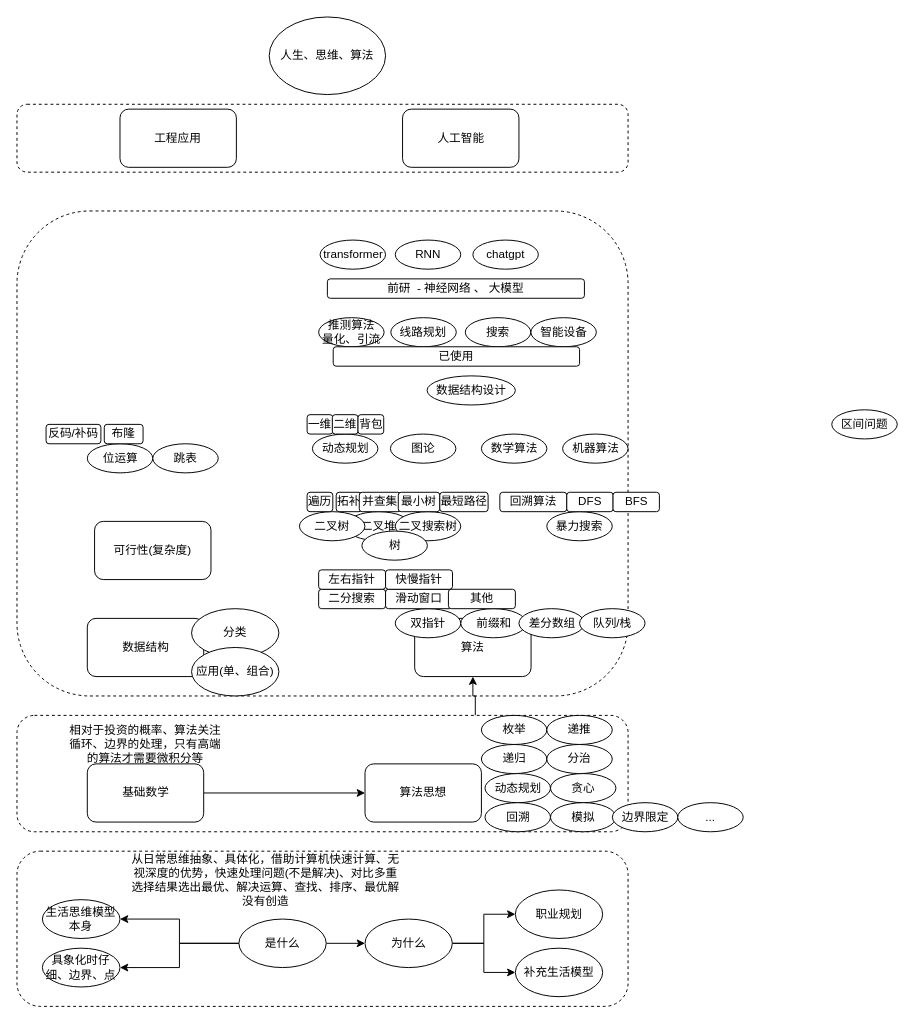
This is menus/suanfamoxing.drawio from Asamiyaa/microservice-k8s-yun, a draw.io file, before an edit. Source tidied: cells renumbered, new cells numbered last; positions are measured from the earlier drawing's top-left corner, leaving out a move shared by most shapes. Both pictures are drawn from the tidied source at 97%, with x=0, y=0 at pixel (16, 16).
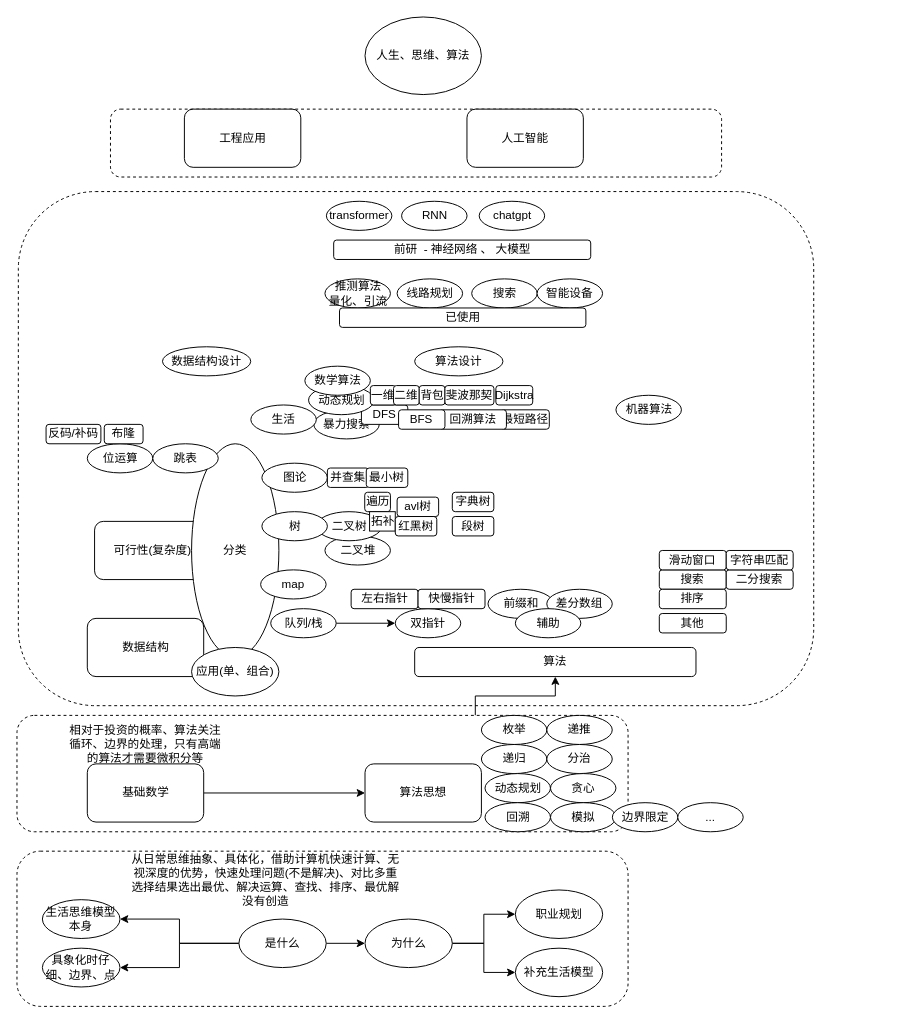
Above is the later version.

Unchanged cells that the change refers to:
```xml
<mxCell id="41" value="双指针" style="ellipse;whiteSpace=wrap;html=1;" parent="1" vertex="1">
  <mxGeometry x="390" y="610" width="67.5" height="30" as="geometry" />
</mxCell>
```

The edit, as a diff of the source:
```diff
@@
     <mxCell id="3" style="rounded=1;whiteSpace=wrap;html=1;dashed=1;" parent="1" vertex="1">
-      <mxGeometry y="90" width="630" height="70" as="geometry" />
+      <mxGeometry x="96.4" y="95" width="630" height="70" as="geometry" />
     </mxCell>
     <mxCell id="4" style="rounded=1;whiteSpace=wrap;html=1;dashed=1;" parent="1" vertex="1">
-      <mxGeometry y="200" width="630" height="500" as="geometry" />
+      <mxGeometry x="1.4" y="180" width="820" height="530" as="geometry" />
     </mxCell>
@@
     <mxCell id="7" value="人生、思维、算法" style="ellipse;whiteSpace=wrap;html=1;" parent="1" vertex="1">
-      <mxGeometry x="260" width="120" height="80" as="geometry" />
+      <mxGeometry x="358.8" width="120" height="80" as="geometry" />
     </mxCell>
@@
     <mxCell id="10" value="工程应用" style="rounded=1;whiteSpace=wrap;html=1;" parent="1" vertex="1">
-      <mxGeometry x="106.2" y="95" width="120" height="60" as="geometry" />
+      <mxGeometry x="172.6" y="95" width="120" height="60" as="geometry" />
     </mxCell>
     <mxCell id="11" value="人工智能" style="rounded=1;whiteSpace=wrap;html=1;" parent="1" vertex="1">
-      <mxGeometry x="397.5" y="95" width="120" height="60" as="geometry" />
+      <mxGeometry x="463.9" y="95" width="120" height="60" as="geometry" />
     </mxCell>
@@
     <mxCell id="38" value="算法" style="rounded=1;whiteSpace=wrap;html=1;" parent="1" vertex="1">
-      <mxGeometry x="410" y="620" width="120" height="60" as="geometry" />
+      <mxGeometry x="410" y="650" width="290" height="30" as="geometry" />
     </mxCell>
     <mxCell id="39" value="分类" style="ellipse;whiteSpace=wrap;html=1;" parent="1" vertex="1">
-      <mxGeometry x="180" y="610" width="90" height="50" as="geometry" />
+      <mxGeometry x="180" y="440" width="90" height="220" as="geometry" />
     </mxCell>
@@
     <mxCell id="42" value="前缀和" style="ellipse;whiteSpace=wrap;html=1;" parent="1" vertex="1">
-      <mxGeometry x="457.5" y="610" width="67.5" height="30" as="geometry" />
+      <mxGeometry x="485.6" y="590" width="67.5" height="30" as="geometry" />
     </mxCell>
     <mxCell id="43" value="差分数组" style="ellipse;whiteSpace=wrap;html=1;" parent="1" vertex="1">
-      <mxGeometry x="517.5" y="610" width="67.5" height="30" as="geometry" />
+      <mxGeometry x="546.2" y="590" width="67.5" height="30" as="geometry" />
     </mxCell>
-    <mxCell id="44" value="二分搜索" style="rounded=1;whiteSpace=wrap;html=1;" parent="1" vertex="1">
-      <mxGeometry x="311" y="590" width="69" height="20" as="geometry" />
+    <mxCell id="44" value="搜索" style="rounded=1;whiteSpace=wrap;html=1;" parent="1" vertex="1">
+      <mxGeometry x="662.2" y="570" width="69" height="20" as="geometry" />
     </mxCell>
     <mxCell id="45" value="滑动窗口" style="rounded=1;whiteSpace=wrap;html=1;" parent="1" vertex="1">
-      <mxGeometry x="380" y="590" width="69" height="20" as="geometry" />
+      <mxGeometry x="662.2" y="550" width="69" height="20" as="geometry" />
     </mxCell>
     <mxCell id="46" value="其他" style="rounded=1;whiteSpace=wrap;html=1;" parent="1" vertex="1">
-      <mxGeometry x="444.8" y="590" width="69" height="20" as="geometry" />
+      <mxGeometry x="662.2" y="615" width="69" height="20" as="geometry" />
     </mxCell>
+    <mxCell id="85" style="edgeStyle=orthogonalEdgeStyle;rounded=0;jettySize=auto;html=1;exitX=1;exitY=0.5;exitDx=0;exitDy=0;" parent="1" edge="1" source="47" target="41">
+      <mxGeometry relative="1" as="geometry" />
+    </mxCell>
     <mxCell id="47" value="队列/栈" style="ellipse;whiteSpace=wrap;html=1;" parent="1" vertex="1">
-      <mxGeometry x="580" y="610" width="67.5" height="30" as="geometry" />
+      <mxGeometry x="261.6" y="610" width="67.5" height="30" as="geometry" />
     </mxCell>
     <mxCell id="48" value="二叉堆" style="ellipse;whiteSpace=wrap;html=1;" parent="1" vertex="1">
-      <mxGeometry x="339.1" y="510" width="67.5" height="30" as="geometry" />
+      <mxGeometry x="317.5" y="535" width="67.5" height="30" as="geometry" />
     </mxCell>
     <mxCell id="49" value="二叉树" style="ellipse;whiteSpace=wrap;html=1;" parent="1" vertex="1">
-      <mxGeometry x="291.2" y="510" width="67.5" height="30" as="geometry" />
+      <mxGeometry x="308.6" y="510" width="67.5" height="30" as="geometry" />
     </mxCell>
-    <mxCell id="50" value="二叉搜索树" style="ellipse;whiteSpace=wrap;html=1;" parent="1" vertex="1">
-      <mxGeometry x="390" y="510" width="67.5" height="30" as="geometry" />
-    </mxCell>
     <mxCell id="51" value="图论" style="ellipse;whiteSpace=wrap;html=1;" parent="1" vertex="1">
-      <mxGeometry x="385" y="430" width="67.5" height="30" as="geometry" />
+      <mxGeometry x="252.5" y="460" width="67.5" height="30" as="geometry" />
     </mxCell>
     <mxCell id="52" value="数据结构设计" style="ellipse;whiteSpace=wrap;html=1;" parent="1" vertex="1">
-      <mxGeometry x="422.8" y="370" width="91" height="30" as="geometry" />
+      <mxGeometry x="150" y="340" width="91" height="30" as="geometry" />
     </mxCell>
     <mxCell id="53" value="遍历" style="rounded=1;whiteSpace=wrap;html=1;" parent="1" vertex="1">
-      <mxGeometry x="299.1" y="490" width="26.5" height="20" as="geometry" />
+      <mxGeometry x="358.5" y="490" width="26.5" height="20" as="geometry" />
     </mxCell>
-    <mxCell id="54" value="拓补" style="rounded=1;whiteSpace=wrap;html=1;" parent="1" vertex="1">
-      <mxGeometry x="329.1" y="490" width="26.5" height="20" as="geometry" />
+    <mxCell id="54" value="拓补" style="rounded=1;whiteSpace=wrap;html=1;arcSize=0;" parent="1" vertex="1">
+      <mxGeometry x="363.5" y="510" width="26.5" height="20" as="geometry" />
     </mxCell>
     <mxCell id="55" value="并查集" style="rounded=1;whiteSpace=wrap;html=1;" parent="1" vertex="1">
-      <mxGeometry x="352.9" y="490" width="42.8" height="20" as="geometry" />
+      <mxGeometry x="320" y="465" width="42.8" height="20" as="geometry" />
     </mxCell>
     <mxCell id="56" value="最小树" style="rounded=1;whiteSpace=wrap;html=1;" parent="1" vertex="1">
-      <mxGeometry x="393.1" y="490" width="42.8" height="20" as="geometry" />
+      <mxGeometry x="360.1" y="465" width="42.8" height="20" as="geometry" />
     </mxCell>
     <mxCell id="57" value="最短路径" style="rounded=1;whiteSpace=wrap;html=1;" parent="1" vertex="1">
-      <mxGeometry x="435.9" y="490" width="49.8" height="20" as="geometry" />
+      <mxGeometry x="499" y="405" width="49.8" height="20" as="geometry" />
     </mxCell>
     <mxCell id="58" value="暴力搜索" style="ellipse;whiteSpace=wrap;html=1;" parent="1" vertex="1">
-      <mxGeometry x="546.2" y="510" width="67.5" height="30" as="geometry" />
+      <mxGeometry x="306" y="405" width="67.5" height="30" as="geometry" />
     </mxCell>
     <mxCell id="59" value="回溯算法" style="rounded=1;whiteSpace=wrap;html=1;" parent="1" vertex="1">
-      <mxGeometry x="497.8" y="490" width="69" height="20" as="geometry" />
+      <mxGeometry x="435.6" y="405" width="69" height="20" as="geometry" />
     </mxCell>
     <mxCell id="60" value="DFS" style="rounded=1;whiteSpace=wrap;html=1;" parent="1" vertex="1">
-      <mxGeometry x="566.8" y="490" width="47.8" height="20" as="geometry" />
+      <mxGeometry x="355.1" y="400" width="47.8" height="20" as="geometry" />
     </mxCell>
     <mxCell id="61" value="BFS" style="rounded=1;whiteSpace=wrap;html=1;" parent="1" vertex="1">
-      <mxGeometry x="614.5" y="490" width="47.8" height="20" as="geometry" />
+      <mxGeometry x="393.4" y="405" width="47.8" height="20" as="geometry" />
     </mxCell>
     <mxCell id="62" value="动态规划" style="ellipse;whiteSpace=wrap;html=1;" parent="1" vertex="1">
-      <mxGeometry x="304.6" y="430" width="67.5" height="30" as="geometry" />
+      <mxGeometry x="300.6" y="380" width="67.5" height="30" as="geometry" />
     </mxCell>
     <mxCell id="63" value="一维" style="rounded=1;whiteSpace=wrap;html=1;" parent="1" vertex="1">
-      <mxGeometry x="299.1" y="410" width="26.5" height="20" as="geometry" />
+      <mxGeometry x="364.3" y="380" width="26.5" height="20" as="geometry" />
     </mxCell>
     <mxCell id="64" value="二维" style="rounded=1;whiteSpace=wrap;html=1;" parent="1" vertex="1">
-      <mxGeometry x="325.1" y="410" width="26.5" height="20" as="geometry" />
+      <mxGeometry x="388.2" y="380" width="26.5" height="20" as="geometry" />
     </mxCell>
     <mxCell id="65" value="背包" style="rounded=1;whiteSpace=wrap;html=1;" parent="1" vertex="1">
-      <mxGeometry x="351.6" y="410" width="26.5" height="20" as="geometry" />
+      <mxGeometry x="414.7" y="380" width="26.5" height="20" as="geometry" />
     </mxCell>
     <mxCell id="66" value="数学算法" style="ellipse;whiteSpace=wrap;html=1;" parent="1" vertex="1">
-      <mxGeometry x="478.8" y="430" width="67.5" height="30" as="geometry" />
+      <mxGeometry x="296.8" y="360" width="67.5" height="30" as="geometry" />
     </mxCell>
-    <mxCell id="67" value="区间问题" style="ellipse;whiteSpace=wrap;html=1;" parent="1" vertex="1">
-      <mxGeometry x="840" y="405" width="67.5" height="30" as="geometry" />
-    </mxCell>
     <mxCell id="68" value="左右指针" style="rounded=1;whiteSpace=wrap;html=1;" parent="1" vertex="1">
-      <mxGeometry x="311" y="570" width="69" height="20" as="geometry" />
+      <mxGeometry x="344.5" y="590" width="69" height="20" as="geometry" />
     </mxCell>
     <mxCell id="69" value="快慢指针" style="rounded=1;whiteSpace=wrap;html=1;" parent="1" vertex="1">
-      <mxGeometry x="380" y="570" width="69" height="20" as="geometry" />
+      <mxGeometry x="413.5" y="590" width="69" height="20" as="geometry" />
     </mxCell>
     <mxCell id="70" value="树" style="ellipse;whiteSpace=wrap;html=1;" parent="1" vertex="1">
-      <mxGeometry x="355.6" y="530" width="67.5" height="30" as="geometry" />
+      <mxGeometry x="252.5" y="510" width="67.5" height="30" as="geometry" />
     </mxCell>
@@
     <mxCell id="74" value="机器算法" style="ellipse;whiteSpace=wrap;html=1;" parent="1" vertex="1">
-      <mxGeometry x="562.5" y="430" width="67.5" height="30" as="geometry" />
+      <mxGeometry x="617.5" y="390" width="67.5" height="30" as="geometry" />
     </mxCell>
@@
     <mxCell id="76" value="推测算法&lt;br&gt;量化、引流" style="ellipse;whiteSpace=wrap;html=1;" parent="1" vertex="1">
-      <mxGeometry x="311" y="310" width="67.5" height="30" as="geometry" />
+      <mxGeometry x="317.5" y="270" width="67.5" height="30" as="geometry" />
     </mxCell>
     <mxCell id="77" value="线路规划" style="ellipse;whiteSpace=wrap;html=1;" parent="1" vertex="1">
-      <mxGeometry x="385.4" y="310" width="67.5" height="30" as="geometry" />
+      <mxGeometry x="391.9" y="270" width="67.5" height="30" as="geometry" />
     </mxCell>
     <mxCell id="78" value="搜索" style="ellipse;whiteSpace=wrap;html=1;" parent="1" vertex="1">
-      <mxGeometry x="462.2" y="310" width="67.5" height="30" as="geometry" />
+      <mxGeometry x="468.8" y="270" width="67.5" height="30" as="geometry" />
     </mxCell>
     <mxCell id="79" value="智能设备" style="ellipse;whiteSpace=wrap;html=1;" parent="1" vertex="1">
-      <mxGeometry x="529.8" y="310" width="67.5" height="30" as="geometry" />
+      <mxGeometry x="536.2" y="270" width="67.5" height="30" as="geometry" />
     </mxCell>
     <mxCell id="80" value="已使用" style="rounded=1;whiteSpace=wrap;html=1;" parent="1" vertex="1">
-      <mxGeometry x="326" y="340" width="254" height="20" as="geometry" />
+      <mxGeometry x="332.5" y="300" width="254" height="20" as="geometry" />
     </mxCell>
     <mxCell id="81" value="前研&amp;nbsp; - 神经网络 、 大模型" style="rounded=1;whiteSpace=wrap;html=1;" parent="1" vertex="1">
-      <mxGeometry x="320" y="270" width="265" height="20" as="geometry" />
+      <mxGeometry x="326.5" y="230" width="265" height="20" as="geometry" />
     </mxCell>
     <mxCell id="82" value="transformer" style="ellipse;whiteSpace=wrap;html=1;" parent="1" vertex="1">
-      <mxGeometry x="312.5" y="230" width="67.5" height="30" as="geometry" />
+      <mxGeometry x="319" y="190" width="67.5" height="30" as="geometry" />
     </mxCell>
     <mxCell id="83" value="RNN" style="ellipse;whiteSpace=wrap;html=1;" parent="1" vertex="1">
-      <mxGeometry x="390" y="230" width="67.5" height="30" as="geometry" />
+      <mxGeometry x="396.5" y="190" width="67.5" height="30" as="geometry" />
     </mxCell>
     <mxCell id="84" value="chatgpt" style="ellipse;whiteSpace=wrap;html=1;" parent="1" vertex="1">
-      <mxGeometry x="470" y="230" width="67.5" height="30" as="geometry" />
+      <mxGeometry x="476.5" y="190" width="67.5" height="30" as="geometry" />
     </mxCell>
+    <mxCell id="86" value="辅助" style="ellipse;whiteSpace=wrap;html=1;" parent="1" vertex="1">
+      <mxGeometry x="513.8" y="610" width="67.5" height="30" as="geometry" />
+    </mxCell>
+    <mxCell id="87" value="生活" style="ellipse;whiteSpace=wrap;html=1;" parent="1" vertex="1">
+      <mxGeometry x="241.1" y="400" width="67.5" height="30" as="geometry" />
+    </mxCell>
+    <mxCell id="88" value="算法设计" style="ellipse;whiteSpace=wrap;html=1;" parent="1" vertex="1">
+      <mxGeometry x="410" y="340" width="91" height="30" as="geometry" />
+    </mxCell>
+    <mxCell id="89" value="map" style="ellipse;whiteSpace=wrap;html=1;" parent="1" vertex="1">
+      <mxGeometry x="251.2" y="570" width="67.5" height="30" as="geometry" />
+    </mxCell>
+    <mxCell id="90" value="avl树" style="rounded=1;whiteSpace=wrap;html=1;" parent="1" vertex="1">
+      <mxGeometry x="391.9" y="495" width="42.8" height="20" as="geometry" />
+    </mxCell>
+    <mxCell id="91" value="红黑树" style="rounded=1;whiteSpace=wrap;html=1;" parent="1" vertex="1">
+      <mxGeometry x="390" y="515" width="42.8" height="20" as="geometry" />
+    </mxCell>
+    <mxCell id="92" value="字典树" style="rounded=1;whiteSpace=wrap;html=1;" parent="1" vertex="1">
+      <mxGeometry x="448.8" y="490" width="42.8" height="20" as="geometry" />
+    </mxCell>
+    <mxCell id="93" value="段树" style="rounded=1;whiteSpace=wrap;html=1;" parent="1" vertex="1">
+      <mxGeometry x="448.8" y="515" width="42.8" height="20" as="geometry" />
+    </mxCell>
+    <mxCell id="94" value="二分搜索" style="rounded=1;whiteSpace=wrap;html=1;" parent="1" vertex="1">
+      <mxGeometry x="731.2" y="570" width="69" height="20" as="geometry" />
+    </mxCell>
+    <mxCell id="95" value="排序" style="rounded=1;whiteSpace=wrap;html=1;" parent="1" vertex="1">
+      <mxGeometry x="662.2" y="590" width="69" height="20" as="geometry" />
+    </mxCell>
+    <mxCell id="96" value="字符串匹配" style="rounded=1;whiteSpace=wrap;html=1;" parent="1" vertex="1">
+      <mxGeometry x="731.2" y="550" width="69" height="20" as="geometry" />
+    </mxCell>
+    <mxCell id="97" value="斐波那契" style="rounded=1;whiteSpace=wrap;html=1;" parent="1" vertex="1">
+      <mxGeometry x="441.2" y="380" width="50.5" height="20" as="geometry" />
+    </mxCell>
+    <mxCell id="98" value="Dijkstra" style="rounded=1;whiteSpace=wrap;html=1;" parent="1" vertex="1">
+      <mxGeometry x="493.7" y="380" width="38" height="20" as="geometry" />
+    </mxCell>
```
